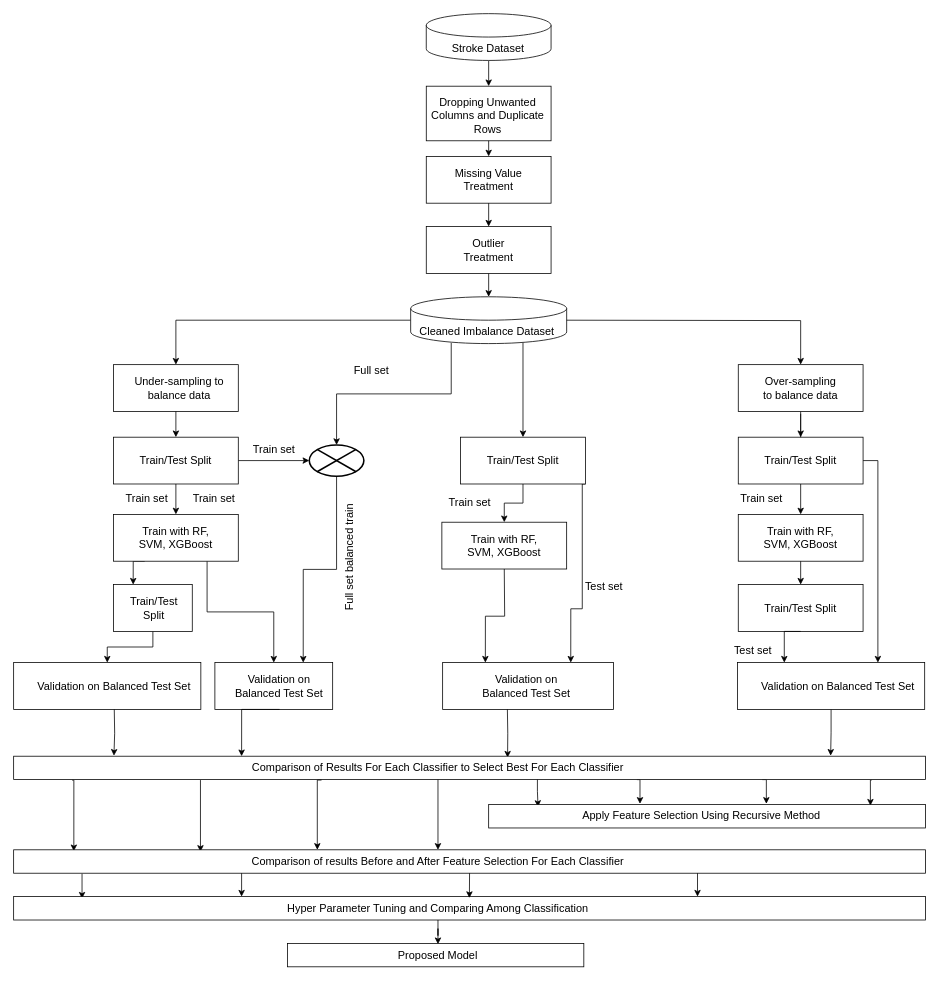
The draw.io diagram Proposed model.drawio in dimitrykhan/MyNGWarriors, before the edit. Source tidied: cells renumbered, new cells numbered last; positions are measured from the earlier drawing's top-left corner, leaving out a move shared by most shapes. Both pictures are drawn from the tidied source at 78%, with x=0, y=0 at pixel (13, 13).
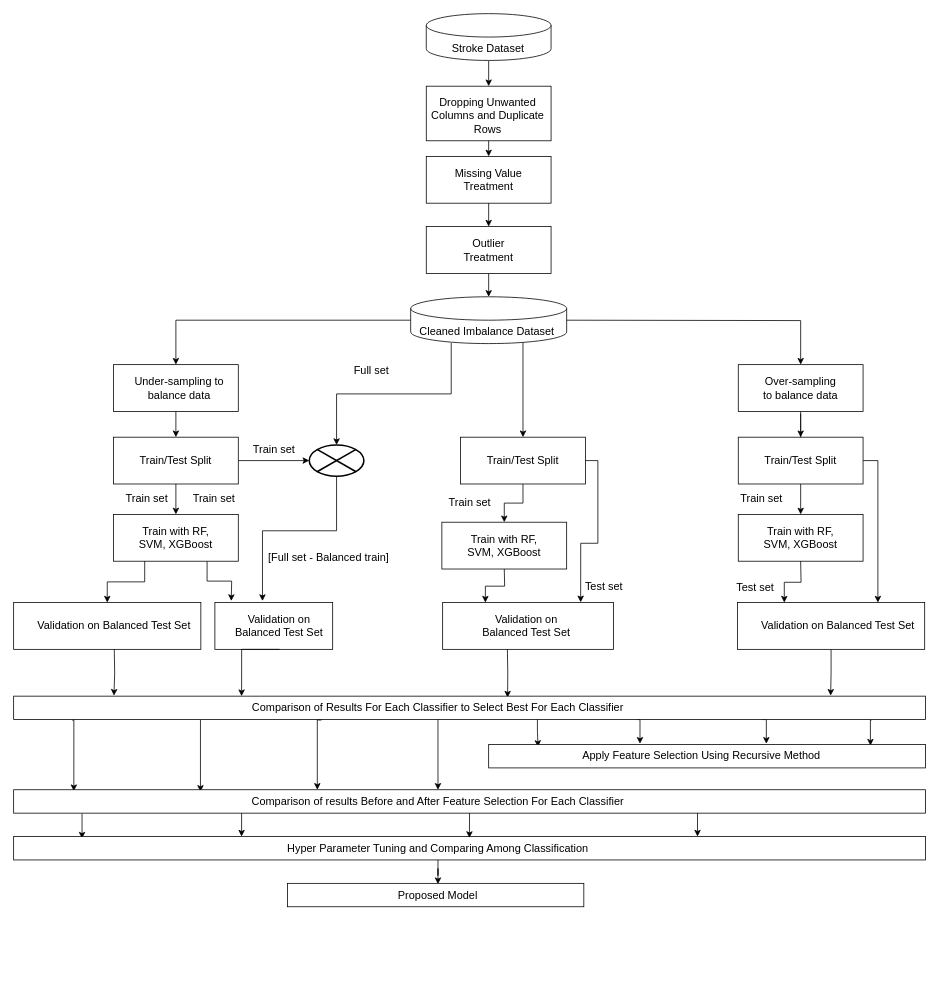
Above is the later version.

Unchanged cells that the change refers to:
```xml
<mxCell id="37" style="rounded=0;whiteSpace=wrap;html=1;" parent="1" vertex="1">
  <mxGeometry x="128" y="642" width="160" height="60" as="geometry" />
</mxCell>
<mxCell id="56" style="rounded=0;whiteSpace=wrap;html=1;" parent="1" vertex="1">
  <mxGeometry x="573" y="543" width="160" height="60" as="geometry" />
</mxCell>
<mxCell id="91" style="verticalLabelPosition=bottom;verticalAlign=top;html=1;shape=mxgraph.flowchart.or;fontSize=14;strokeWidth=2;" parent="1" vertex="1">
  <mxGeometry x="379" y="553" width="70" height="40" as="geometry" />
</mxCell>
```

Change to the diagram source:
```diff
@@
-    <mxCell id="35" style="edgeStyle=orthogonalEdgeStyle;rounded=0;jettySize=auto;html=1;exitX=0.25;exitY=1;exitDx=0;exitDy=0;entryX=0.25;entryY=0;entryDx=0;entryDy=0;fontSize=14;" parent="1" edge="1" source="37" target="43">
-      <mxGeometry relative="1" as="geometry" />
-    </mxCell>
-    <mxCell id="36" style="edgeStyle=orthogonalEdgeStyle;rounded=0;jettySize=auto;html=1;exitX=0.75;exitY=1;exitDx=0;exitDy=0;entryX=0.5;entryY=0;entryDx=0;entryDy=0;fontSize=14;" parent="1" edge="1" source="37" target="51">
-      <mxGeometry relative="1" as="geometry" />
+    <mxCell id="36" style="edgeStyle=orthogonalEdgeStyle;rounded=0;jettySize=auto;html=1;exitX=0.75;exitY=1;exitDx=0;exitDy=0;fontSize=14;" parent="1" edge="1" source="37">
+      <mxGeometry relative="1" as="geometry">
+        <mxPoint x="279" y="753" as="targetPoint" />
+      </mxGeometry>
     </mxCell>
@@
-    <mxCell id="40" style="edgeStyle=orthogonalEdgeStyle;rounded=0;jettySize=auto;html=1;fontSize=14;entryX=0.5;entryY=0;entryDx=0;entryDy=0;entryPerimeter=0;" parent="1" edge="1" target="45">
+    <mxCell id="40" style="edgeStyle=orthogonalEdgeStyle;rounded=0;jettySize=auto;html=1;fontSize=14;entryX=0.25;entryY=0;entryDx=0;entryDy=0;" parent="1" edge="1" target="65">
       <mxGeometry relative="1" as="geometry">
         <mxPoint x="1009" y="702" as="sourcePoint" />
       </mxGeometry>
     </mxCell>
@@
-    <mxCell id="42" style="edgeStyle=orthogonalEdgeStyle;rounded=0;jettySize=auto;html=1;exitX=0.5;exitY=1;exitDx=0;exitDy=0;entryX=0.5;entryY=0;entryDx=0;entryDy=0;fontSize=14;" parent="1" edge="1" source="43" target="48">
+    <mxCell id="42" style="edgeStyle=orthogonalEdgeStyle;rounded=0;jettySize=auto;html=1;exitX=0.25;exitY=1;exitDx=0;exitDy=0;entryX=0.5;entryY=0;entryDx=0;entryDy=0;fontSize=14;" parent="1" edge="1" source="37" target="48">
       <mxGeometry relative="1" as="geometry" />
     </mxCell>
-    <mxCell id="43" style="rounded=0;whiteSpace=wrap;html=1;" parent="1" vertex="1">
-      <mxGeometry x="128" y="732" width="101" height="60" as="geometry" />
-    </mxCell>
-    <mxCell id="44" value="&lt;font style=&quot;font-size: 14px;&quot;&gt;Train/Test Split&lt;/font&gt;" style="text;html=1;strokeColor=none;fillColor=none;align=center;verticalAlign=middle;whiteSpace=wrap;rounded=0;" parent="1" vertex="1">
-      <mxGeometry x="141" y="747" width="78" height="30" as="geometry" />
-    </mxCell>
-    <mxCell id="45" style="rounded=0;whiteSpace=wrap;html=1;" parent="1" vertex="1">
-      <mxGeometry x="929" y="732" width="160" height="60" as="geometry" />
-    </mxCell>
-    <mxCell id="46" style="edgeStyle=orthogonalEdgeStyle;rounded=0;jettySize=auto;html=1;entryX=0.25;entryY=0;entryDx=0;entryDy=0;fontSize=14;" parent="1" edge="1" target="65">
-      <mxGeometry relative="1" as="geometry">
-        <mxPoint x="1009" y="792" as="sourcePoint" />
-        <Array as="points">
-          <mxPoint x="988" y="792" />
-        </Array>
-      </mxGeometry>
-    </mxCell>
-    <mxCell id="47" value="&lt;font style=&quot;font-size: 14px;&quot;&gt;Train/Test Split&lt;/font&gt;" style="text;html=1;strokeColor=none;fillColor=none;align=center;verticalAlign=middle;whiteSpace=wrap;rounded=0;" parent="1" vertex="1">
-      <mxGeometry x="959" y="747" width="100" height="30" as="geometry" />
-    </mxCell>
     <mxCell id="48" style="rounded=0;whiteSpace=wrap;html=1;" parent="1" vertex="1">
-      <mxGeometry y="832" width="240" height="60" as="geometry" />
+      <mxGeometry y="755" width="240" height="60" as="geometry" />
     </mxCell>
     <mxCell id="49" style="edgeStyle=orthogonalEdgeStyle;rounded=0;jettySize=auto;html=1;entryX=0.11;entryY=-0.02;entryDx=0;entryDy=0;entryPerimeter=0;fontSize=14;" parent="1" edge="1" target="72">
       <mxGeometry relative="1" as="geometry">
-        <mxPoint x="129" y="892" as="sourcePoint" />
+        <mxPoint x="129" y="815" as="sourcePoint" />
       </mxGeometry>
     </mxCell>
     <mxCell id="50" value="&lt;font style=&quot;font-size: 14px;&quot;&gt;Validation on Balanced Test Set&lt;/font&gt;" style="text;html=1;strokeColor=none;fillColor=none;align=center;verticalAlign=middle;whiteSpace=wrap;rounded=0;" parent="1" vertex="1">
-      <mxGeometry x="24" y="847" width="210" height="30" as="geometry" />
+      <mxGeometry x="24" y="770" width="210" height="30" as="geometry" />
     </mxCell>
     <mxCell id="51" style="rounded=0;whiteSpace=wrap;html=1;" parent="1" vertex="1">
-      <mxGeometry x="258" y="832" width="151" height="60" as="geometry" />
+      <mxGeometry x="258" y="755" width="151" height="60" as="geometry" />
     </mxCell>
     <mxCell id="52" style="edgeStyle=orthogonalEdgeStyle;rounded=0;jettySize=auto;html=1;entryX=0.25;entryY=0;entryDx=0;entryDy=0;fontSize=14;" parent="1" edge="1" target="72">
       <mxGeometry relative="1" as="geometry">
-        <mxPoint x="341" y="892" as="sourcePoint" />
+        <mxPoint x="341" y="815" as="sourcePoint" />
         <Array as="points">
-          <mxPoint x="292" y="892" />
+          <mxPoint x="292" y="815" />
         </Array>
       </mxGeometry>
     </mxCell>
     <mxCell id="53" value="&lt;font style=&quot;font-size: 14px;&quot;&gt;Validation on Balanced Test Set&lt;/font&gt;" style="text;html=1;strokeColor=none;fillColor=none;align=center;verticalAlign=middle;whiteSpace=wrap;rounded=0;" parent="1" vertex="1">
-      <mxGeometry x="282" y="847" width="117" height="30" as="geometry" />
+      <mxGeometry x="282" y="770" width="117" height="30" as="geometry" />
     </mxCell>
@@
-    <mxCell id="55" style="edgeStyle=orthogonalEdgeStyle;rounded=0;jettySize=auto;html=1;exitX=1;exitY=1;exitDx=0;exitDy=0;entryX=0.75;entryY=0;entryDx=0;entryDy=0;fontSize=14;" parent="1" edge="1" source="56" target="61">
+    <mxCell id="55" style="edgeStyle=orthogonalEdgeStyle;rounded=0;jettySize=auto;html=1;entryX=0.808;entryY=-0.006;entryDx=0;entryDy=0;fontSize=14;entryPerimeter=0;" parent="1" edge="1" source="56" target="61">
       <mxGeometry relative="1" as="geometry">
         <Array as="points">
-          <mxPoint x="729" y="603" />
-          <mxPoint x="729" y="763" />
-          <mxPoint x="714" y="763" />
+          <mxPoint x="749" y="573" />
+          <mxPoint x="749" y="679" />
+          <mxPoint x="727" y="679" />
         </Array>
       </mxGeometry>
     </mxCell>
@@
     <mxCell id="61" style="rounded=0;whiteSpace=wrap;html=1;" parent="1" vertex="1">
-      <mxGeometry x="550" y="832" width="219" height="60" as="geometry" />
+      <mxGeometry x="550" y="755" width="219" height="60" as="geometry" />
     </mxCell>
     <mxCell id="62" style="edgeStyle=orthogonalEdgeStyle;rounded=0;jettySize=auto;html=1;entryX=0.675;entryY=0.06;entryDx=0;entryDy=0;entryPerimeter=0;fontSize=14;" parent="1" edge="1" target="74">
       <mxGeometry relative="1" as="geometry">
-        <mxPoint x="633" y="892" as="sourcePoint" />
+        <mxPoint x="633" y="815" as="sourcePoint" />
       </mxGeometry>
     </mxCell>
     <mxCell id="63" value="&lt;font style=&quot;font-size: 14px;&quot;&gt;Validation on Balanced Test Set&lt;/font&gt;" style="text;html=1;strokeColor=none;fillColor=none;align=center;verticalAlign=middle;whiteSpace=wrap;rounded=0;" parent="1" vertex="1">
-      <mxGeometry x="599" y="847" width="117" height="30" as="geometry" />
+      <mxGeometry x="599" y="770" width="117" height="30" as="geometry" />
     </mxCell>
@@
     <mxCell id="65" style="rounded=0;whiteSpace=wrap;html=1;" parent="1" vertex="1">
-      <mxGeometry x="928" y="832" width="240" height="60" as="geometry" />
+      <mxGeometry x="928" y="755" width="240" height="60" as="geometry" />
     </mxCell>
     <mxCell id="66" value="&lt;font style=&quot;font-size: 14px;&quot;&gt;Validation on Balanced Test Set&lt;/font&gt;" style="text;html=1;strokeColor=none;fillColor=none;align=center;verticalAlign=middle;whiteSpace=wrap;rounded=0;" parent="1" vertex="1">
-      <mxGeometry x="952" y="847" width="210" height="30" as="geometry" />
+      <mxGeometry x="952" y="770" width="210" height="30" as="geometry" />
     </mxCell>
@@
     <mxCell id="68" style="edgeStyle=orthogonalEdgeStyle;rounded=0;orthogonalLoop=1;jettySize=auto;html=1;exitX=0.75;exitY=1;exitDx=0;exitDy=0;entryX=0.5;entryY=0;entryDx=0;entryDy=0;fontSize=14;" parent="1" edge="1">
       <mxGeometry relative="1" as="geometry">
-        <mxPoint x="959.8" y="982" as="sourcePoint" />
-        <mxPoint x="965" y="1013" as="targetPoint" />
+        <mxPoint x="959.8" y="905" as="sourcePoint" />
+        <mxPoint x="965" y="936" as="targetPoint" />
       </mxGeometry>
     </mxCell>
@@
     <mxCell id="70" style="edgeStyle=orthogonalEdgeStyle;rounded=0;jettySize=auto;html=1;entryX=0.066;entryY=0.06;entryDx=0;entryDy=0;entryPerimeter=0;fontSize=14;exitX=0.064;exitY=1.02;exitDx=0;exitDy=0;exitPerimeter=0;" parent="1" edge="1" source="72" target="78">
       <mxGeometry relative="1" as="geometry">
         <Array as="points">
-          <mxPoint x="77" y="983" />
+          <mxPoint x="77" y="906" />
         </Array>
       </mxGeometry>
     </mxCell>
     <mxCell id="71" style="edgeStyle=orthogonalEdgeStyle;rounded=0;orthogonalLoop=1;jettySize=auto;html=1;fontSize=14;entryX=0.145;entryY=0.087;entryDx=0;entryDy=0;entryPerimeter=0;exitX=0.145;exitY=1.02;exitDx=0;exitDy=0;exitPerimeter=0;" parent="1" edge="1">
       <mxGeometry relative="1" as="geometry">
-        <mxPoint x="239.5" y="982.6" as="sourcePoint" />
-        <mxPoint x="239.5" y="1074.6" as="targetPoint" />
+        <mxPoint x="239.5" y="905.6" as="sourcePoint" />
+        <mxPoint x="239.5" y="997.6" as="targetPoint" />
       </mxGeometry>
     </mxCell>
     <mxCell id="72" style="rounded=0;whiteSpace=wrap;html=1;" parent="1" vertex="1">
-      <mxGeometry y="952" width="1169" height="30" as="geometry" />
+      <mxGeometry y="875" width="1169" height="30" as="geometry" />
     </mxCell>
     <mxCell id="73" style="edgeStyle=orthogonalEdgeStyle;rounded=0;jettySize=auto;html=1;exitX=0.75;exitY=1;exitDx=0;exitDy=0;entryX=0.113;entryY=0.1;entryDx=0;entryDy=0;entryPerimeter=0;fontSize=14;" parent="1" edge="1" source="74" target="75">
       <mxGeometry relative="1" as="geometry">
         <Array as="points">
-          <mxPoint x="672" y="997" />
+          <mxPoint x="672" y="920" />
         </Array>
       </mxGeometry>
     </mxCell>
     <mxCell id="74" value="&lt;font style=&quot;font-size: 14px;&quot;&gt;Comparison of Results For Each Classifier to Select Best For Each Classifier&lt;/font&gt;" style="text;html=1;strokeColor=none;fillColor=none;align=center;verticalAlign=middle;whiteSpace=wrap;rounded=0;" parent="1" vertex="1">
-      <mxGeometry x="289" y="952" width="510" height="30" as="geometry" />
+      <mxGeometry x="289" y="875" width="510" height="30" as="geometry" />
     </mxCell>
     <mxCell id="75" style="rounded=0;whiteSpace=wrap;html=1;" parent="1" vertex="1">
-      <mxGeometry x="609" y="1014" width="560" height="30" as="geometry" />
+      <mxGeometry x="609" y="937" width="560" height="30" as="geometry" />
     </mxCell>
     <mxCell id="76" value="&lt;font style=&quot;font-size: 14px;&quot;&gt;Apply Feature Selection Using Recursive Method&lt;/font&gt;" style="text;html=1;strokeColor=none;fillColor=none;align=center;verticalAlign=middle;whiteSpace=wrap;rounded=0;" parent="1" vertex="1">
-      <mxGeometry x="724" y="1013" width="316" height="30" as="geometry" />
+      <mxGeometry x="724" y="936" width="316" height="30" as="geometry" />
     </mxCell>
@@
     <mxCell id="78" style="rounded=0;whiteSpace=wrap;html=1;" parent="1" vertex="1">
-      <mxGeometry y="1072" width="1169" height="30" as="geometry" />
+      <mxGeometry y="995" width="1169" height="30" as="geometry" />
     </mxCell>
     <mxCell id="79" value="&lt;font style=&quot;font-size: 14px;&quot;&gt;Comparison of results Before and After Feature Selection For Each Classifier&lt;/font&gt;" style="text;html=1;strokeColor=none;fillColor=none;align=center;verticalAlign=middle;whiteSpace=wrap;rounded=0;" parent="1" vertex="1">
-      <mxGeometry x="289" y="1072" width="510" height="30" as="geometry" />
+      <mxGeometry x="289" y="995" width="510" height="30" as="geometry" />
     </mxCell>
     <mxCell id="80" style="rounded=0;whiteSpace=wrap;html=1;" parent="1" vertex="1">
-      <mxGeometry y="1132" width="1169" height="30" as="geometry" />
+      <mxGeometry y="1055" width="1169" height="30" as="geometry" />
     </mxCell>
@@
     <mxCell id="82" value="&lt;font style=&quot;font-size: 14px;&quot;&gt;Hyper Parameter Tuning and Comparing Among Classification&lt;/font&gt;" style="text;html=1;strokeColor=none;fillColor=none;align=center;verticalAlign=middle;whiteSpace=wrap;rounded=0;" parent="1" vertex="1">
-      <mxGeometry x="289" y="1132" width="510" height="30" as="geometry" />
+      <mxGeometry x="289" y="1055" width="510" height="30" as="geometry" />
     </mxCell>
     <mxCell id="83" style="rounded=0;whiteSpace=wrap;html=1;" parent="1" vertex="1">
-      <mxGeometry x="351" y="1192" width="380" height="30" as="geometry" />
+      <mxGeometry x="351" y="1115" width="380" height="30" as="geometry" />
     </mxCell>
     <mxCell id="84" value="&lt;font style=&quot;font-size: 14px;&quot;&gt;Proposed Model&lt;/font&gt;" style="text;html=1;strokeColor=none;fillColor=none;align=center;verticalAlign=middle;whiteSpace=wrap;rounded=0;" parent="1" vertex="1">
-      <mxGeometry x="289" y="1193" width="510" height="30" as="geometry" />
+      <mxGeometry x="289" y="1116" width="510" height="30" as="geometry" />
     </mxCell>
     <mxCell id="85" style="edgeStyle=orthogonalEdgeStyle;rounded=0;orthogonalLoop=1;jettySize=auto;html=1;fontSize=14;entryX=0.25;entryY=0;entryDx=0;entryDy=0;exitX=0.017;exitY=1.02;exitDx=0;exitDy=0;exitPerimeter=0;" parent="1" edge="1">
       <mxGeometry relative="1" as="geometry">
-        <mxPoint x="394.7" y="982.6" as="sourcePoint" />
-        <mxPoint x="389.3" y="1072" as="targetPoint" />
+        <mxPoint x="394.7" y="905.6" as="sourcePoint" />
+        <mxPoint x="389.3" y="995" as="targetPoint" />
         <Array as="points">
-          <mxPoint x="389" y="983" />
+          <mxPoint x="389" y="906" />
         </Array>
       </mxGeometry>
     </mxCell>
@@
-    <mxCell id="90" style="edgeStyle=orthogonalEdgeStyle;rounded=0;jettySize=auto;html=1;entryX=0.75;entryY=0;entryDx=0;entryDy=0;fontSize=14;" parent="1" edge="1" source="91" target="51">
-      <mxGeometry relative="1" as="geometry" />
+    <mxCell id="90" style="edgeStyle=orthogonalEdgeStyle;rounded=0;jettySize=auto;html=1;fontSize=14;" parent="1" edge="1" source="91">
+      <mxGeometry relative="1" as="geometry">
+        <mxPoint x="319" y="753" as="targetPoint" />
+        <Array as="points">
+          <mxPoint x="414" y="663" />
+          <mxPoint x="319" y="663" />
+        </Array>
+      </mxGeometry>
     </mxCell>
@@
     <mxCell id="99" value="Test set" style="text;html=1;strokeColor=none;fillColor=none;align=center;verticalAlign=middle;whiteSpace=wrap;rounded=0;fontSize=14;" parent="1" vertex="1">
-      <mxGeometry x="918" y="802" width="60" height="30" as="geometry" />
+      <mxGeometry x="921" y="721" width="60" height="30" as="geometry" />
     </mxCell>
-    <mxCell id="100" value="Full set balanced train" style="text;html=1;strokeColor=none;fillColor=none;align=center;verticalAlign=middle;whiteSpace=wrap;rounded=0;fontSize=14;rotation=-90;" parent="1" vertex="1">
-      <mxGeometry x="345" y="682" width="170" height="30" as="geometry" />
+    <mxCell id="100" value="[Full set - Balanced train]" style="text;html=1;strokeColor=none;fillColor=none;align=center;verticalAlign=middle;whiteSpace=wrap;rounded=0;fontSize=14;rotation=0;" parent="1" vertex="1">
+      <mxGeometry x="319" y="682" width="170" height="30" as="geometry" />
     </mxCell>
```
